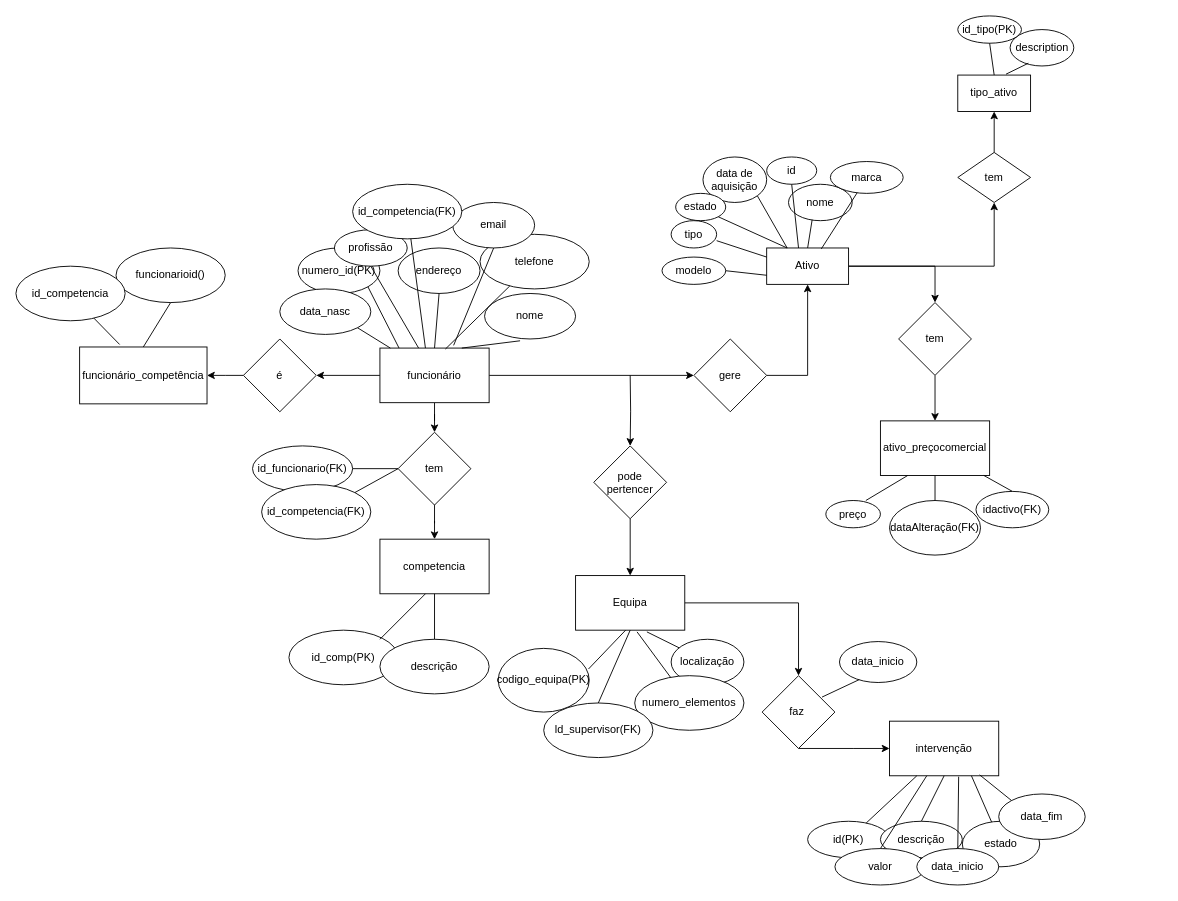
Earlier version of the draw.io diagram docs/ERmodel.drawio (InesFranco/SI2). Source tidied: cells renumbered, new cells numbered last; positions are measured from the earlier drawing's top-left corner, leaving out a move shared by most shapes. Both pictures are drawn from the tidied source at 91%, with x=0, y=0 at pixel (15, 15).
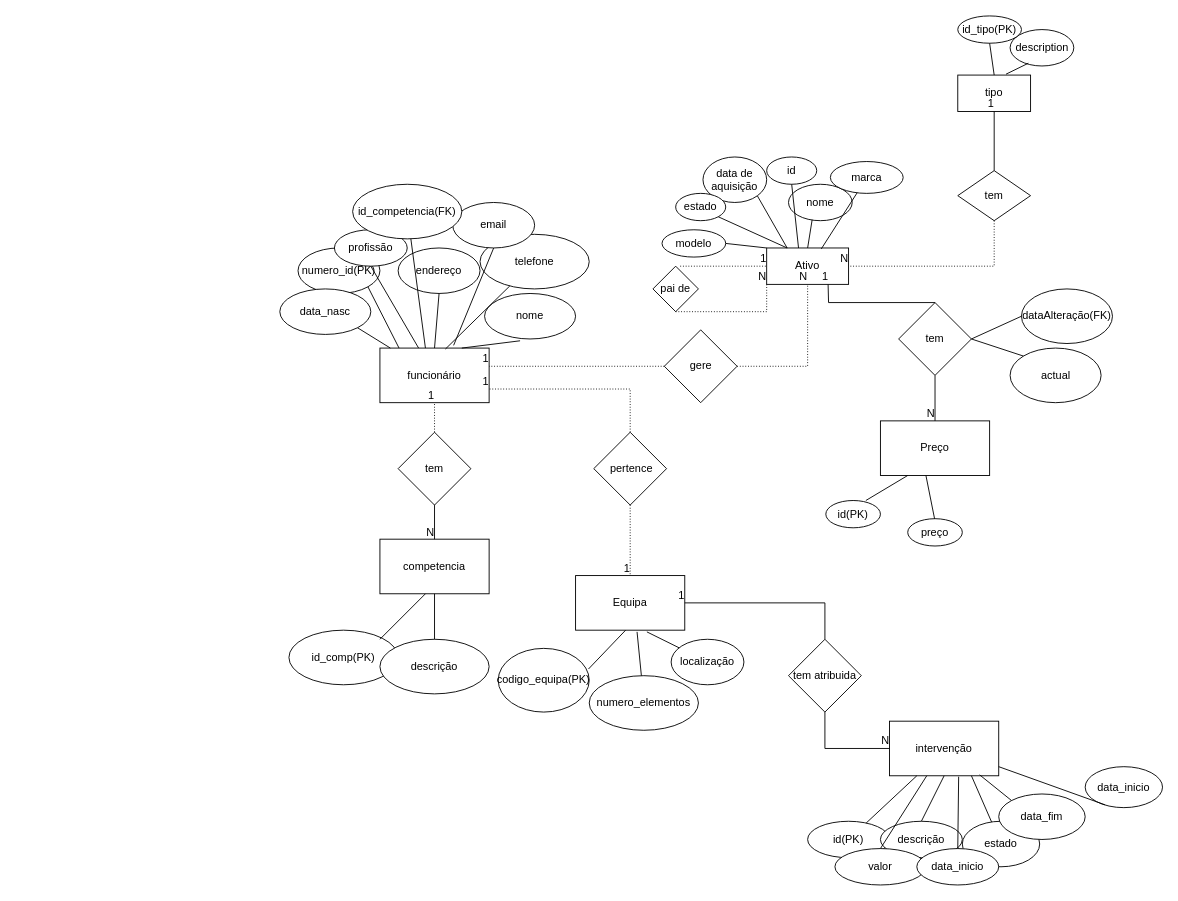
The same diagram, later.

Commit message (it also covers changes not shown here):
fixed ermodel issues and did the test database entries

The change refers to these unchanged cells:
```xml
<mxCell id="4" value="Ativo" style="rounded=0;whiteSpace=wrap;html=1;" parent="1" vertex="1">
  <mxGeometry x="825" y="255" width="90" height="40" as="geometry" />
</mxCell>
<mxCell id="19" value="funcionário" style="rounded=0;whiteSpace=wrap;html=1;" parent="1" vertex="1">
  <mxGeometry x="400" y="365" width="120" height="60" as="geometry" />
</mxCell>
<mxCell id="29" value="tem" style="rhombus;whiteSpace=wrap;html=1;rounded=0;" parent="1" vertex="1">
  <mxGeometry x="420" y="457.5" width="80" height="80" as="geometry" />
</mxCell>
<mxCell id="30" value="competencia" style="whiteSpace=wrap;html=1;rounded=0;" parent="1" vertex="1">
  <mxGeometry x="400" y="575" width="120" height="60" as="geometry" />
</mxCell>
<mxCell id="33" value="intervenção" style="rounded=0;whiteSpace=wrap;html=1;" parent="1" vertex="1">
  <mxGeometry x="960" y="775" width="120" height="60" as="geometry" />
</mxCell>
<mxCell id="46" value="Equipa" style="rounded=0;whiteSpace=wrap;html=1;" parent="1" vertex="1">
  <mxGeometry x="615" y="615" width="120" height="60" as="geometry" />
</mxCell>
<mxCell id="65" value="tem" style="rhombus;whiteSpace=wrap;html=1;" parent="1" vertex="1">
  <mxGeometry x="970" y="315" width="80" height="80" as="geometry" />
</mxCell>
```

The edit, as a diff of the source:
```diff
@@
-    <mxCell id="2" style="edgeStyle=orthogonalEdgeStyle;rounded=0;jettySize=auto;html=1;entryX=0.5;entryY=1;entryDx=0;entryDy=0;" parent="1" edge="1" source="4" target="63">
-      <mxGeometry relative="1" as="geometry">
-        <Array as="points">
-          <mxPoint x="1075" y="275" />
-        </Array>
-      </mxGeometry>
-    </mxCell>
-    <mxCell id="3" style="edgeStyle=orthogonalEdgeStyle;rounded=0;jettySize=auto;html=1;" parent="1" edge="1" source="4" target="65">
-      <mxGeometry relative="1" as="geometry" />
-    </mxCell>
@@
     <mxCell id="10" value="modelo" style="ellipse;whiteSpace=wrap;html=1;rounded=0;" parent="1" vertex="1">
-      <mxGeometry x="710" y="265" width="70" height="30" as="geometry" />
+      <mxGeometry x="710" y="235" width="70" height="30" as="geometry" />
     </mxCell>
-    <mxCell id="11" value="tipo" style="ellipse;whiteSpace=wrap;html=1;rounded=0;" parent="1" vertex="1">
-      <mxGeometry x="720" y="225" width="50" height="30" as="geometry" />
-    </mxCell>
-    <mxCell id="12" value="ativo_preçocomercial" style="rounded=0;whiteSpace=wrap;html=1;" parent="1" vertex="1">
+    <mxCell id="12" value="Preço" style="rounded=0;whiteSpace=wrap;html=1;" parent="1" vertex="1">
       <mxGeometry x="950" y="445" width="120" height="60" as="geometry" />
     </mxCell>
-    <mxCell id="13" value="idactivo(FK)" style="ellipse;whiteSpace=wrap;html=1;rounded=0;" parent="1" vertex="1">
-      <mxGeometry x="1055" y="522.5" width="80" height="40" as="geometry" />
-    </mxCell>
-    <mxCell id="14" value="preço" style="ellipse;whiteSpace=wrap;html=1;rounded=0;" parent="1" vertex="1">
+    <mxCell id="14" value="id(PK)" style="ellipse;whiteSpace=wrap;html=1;rounded=0;" parent="1" vertex="1">
       <mxGeometry x="890" y="532.5" width="60" height="30" as="geometry" />
     </mxCell>
     <mxCell id="15" value="dataAlteração(FK)" style="ellipse;whiteSpace=wrap;html=1;rounded=0;" parent="1" vertex="1">
-      <mxGeometry x="960" y="532.5" width="100" height="60" as="geometry" />
+      <mxGeometry x="1105" y="300" width="100" height="60" as="geometry" />
     </mxCell>
-    <mxCell id="16" style="edgeStyle=orthogonalEdgeStyle;rounded=0;jettySize=auto;html=1;" parent="1" edge="1" source="19" target="29">
-      <mxGeometry relative="1" as="geometry" />
-    </mxCell>
-    <mxCell id="17" style="edgeStyle=orthogonalEdgeStyle;rounded=0;jettySize=auto;html=1;entryX=0;entryY=0.5;entryDx=0;entryDy=0;" parent="1" edge="1" source="19" target="58">
-      <mxGeometry relative="1" as="geometry" />
-    </mxCell>
-    <mxCell id="18" style="edgeStyle=orthogonalEdgeStyle;rounded=0;jettySize=auto;html=1;entryX=1;entryY=0.5;entryDx=0;entryDy=0;" parent="1" edge="1" source="19" target="41">
-      <mxGeometry relative="1" as="geometry" />
-    </mxCell>
@@
-    <mxCell id="28" style="edgeStyle=orthogonalEdgeStyle;rounded=0;jettySize=auto;html=1;" parent="1" edge="1" source="29" target="30">
-      <mxGeometry relative="1" as="geometry" />
-    </mxCell>
@@
-    <mxCell id="40" style="edgeStyle=orthogonalEdgeStyle;rounded=0;jettySize=auto;html=1;entryX=1;entryY=0.5;entryDx=0;entryDy=0;" parent="1" edge="1" source="41" target="42">
-      <mxGeometry relative="1" as="geometry" />
-    </mxCell>
-    <mxCell id="41" value="é" style="rhombus;whiteSpace=wrap;html=1;" parent="1" vertex="1">
-      <mxGeometry x="250" y="355" width="80" height="80" as="geometry" />
-    </mxCell>
-    <mxCell id="42" value="funcionário_competência" style="whiteSpace=wrap;html=1;" parent="1" vertex="1">
-      <mxGeometry x="70" y="363.8" width="140" height="62.5" as="geometry" />
-    </mxCell>
-    <mxCell id="43" value="funcionarioid()" style="ellipse;whiteSpace=wrap;html=1;" parent="1" vertex="1">
-      <mxGeometry x="110" y="255" width="120" height="60" as="geometry" />
-    </mxCell>
-    <mxCell id="44" value="id_competencia" style="ellipse;whiteSpace=wrap;html=1;" parent="1" vertex="1">
-      <mxGeometry y="275" width="120" height="60" as="geometry" />
-    </mxCell>
-    <mxCell id="45" style="edgeStyle=orthogonalEdgeStyle;rounded=0;jettySize=auto;html=1;entryX=0.5;entryY=0;entryDx=0;entryDy=0;" parent="1" edge="1" source="46" target="55">
-      <mxGeometry relative="1" as="geometry" />
-    </mxCell>
@@
     <mxCell id="49" value="numero_elementos" style="ellipse;whiteSpace=wrap;html=1;rounded=0;" parent="1" vertex="1">
-      <mxGeometry x="680" y="725" width="120" height="60" as="geometry" />
+      <mxGeometry x="630" y="725" width="120" height="60" as="geometry" />
     </mxCell>
-    <mxCell id="50" value="ld_supervisor(FK)" style="ellipse;whiteSpace=wrap;html=1;rounded=0;" parent="1" vertex="1">
-      <mxGeometry x="580" y="755" width="120" height="60" as="geometry" />
-    </mxCell>
-    <mxCell id="51" style="edgeStyle=orthogonalEdgeStyle;rounded=0;jettySize=auto;html=1;entryX=0.5;entryY=0;entryDx=0;entryDy=0;" parent="1" edge="1" source="53" target="46">
-      <mxGeometry relative="1" as="geometry" />
-    </mxCell>
-    <mxCell id="52" style="edgeStyle=orthogonalEdgeStyle;rounded=0;jettySize=auto;html=1;" parent="1" edge="1" target="53">
-      <mxGeometry relative="1" as="geometry">
-        <mxPoint x="675" y="395" as="sourcePoint" />
-      </mxGeometry>
-    </mxCell>
-    <mxCell id="53" value="pode pertencer" style="rhombus;whiteSpace=wrap;html=1;" parent="1" vertex="1">
-      <mxGeometry x="635" y="472.5" width="80" height="80" as="geometry" />
+    <mxCell id="53" value="&amp;nbsp;pertence" style="rhombus;whiteSpace=wrap;html=1;" parent="1" vertex="1">
+      <mxGeometry x="635" y="457.5" width="80" height="80" as="geometry" />
     </mxCell>
-    <mxCell id="54" style="edgeStyle=orthogonalEdgeStyle;rounded=0;jettySize=auto;html=1;entryX=0;entryY=0.5;entryDx=0;entryDy=0;" parent="1" edge="1" source="55" target="33">
-      <mxGeometry relative="1" as="geometry">
-        <Array as="points">
-          <mxPoint x="920" y="805" />
-        </Array>
-      </mxGeometry>
-    </mxCell>
-    <mxCell id="55" value="faz&amp;nbsp;" style="rhombus;whiteSpace=wrap;html=1;" parent="1" vertex="1">
-      <mxGeometry x="820" y="725" width="80" height="80" as="geometry" />
+    <mxCell id="55" value="tem atribuida" style="rhombus;whiteSpace=wrap;html=1;" parent="1" vertex="1">
+      <mxGeometry x="849" y="685" width="80" height="80" as="geometry" />
     </mxCell>
     <mxCell id="56" value="data_inicio" style="ellipse;whiteSpace=wrap;html=1;" parent="1" vertex="1">
-      <mxGeometry x="905" y="687.5" width="85" height="45" as="geometry" />
+      <mxGeometry x="1175" y="825" width="85" height="45" as="geometry" />
     </mxCell>
-    <mxCell id="57" style="edgeStyle=orthogonalEdgeStyle;rounded=0;jettySize=auto;html=1;entryX=0.5;entryY=1;entryDx=0;entryDy=0;exitX=1;exitY=0.5;exitDx=0;exitDy=0;" parent="1" edge="1" source="58" target="4">
-      <mxGeometry relative="1" as="geometry" />
-    </mxCell>
     <mxCell id="58" value="gere" style="rhombus;whiteSpace=wrap;html=1;" parent="1" vertex="1">
-      <mxGeometry x="745" y="355" width="80" height="80" as="geometry" />
+      <mxGeometry x="712.5" y="345" width="80" height="80" as="geometry" />
     </mxCell>
-    <mxCell id="59" value="tipo_ativo" style="rounded=0;whiteSpace=wrap;html=1;" parent="1" vertex="1">
+    <mxCell id="59" value="tipo" style="rounded=0;whiteSpace=wrap;html=1;" parent="1" vertex="1">
       <mxGeometry x="1035" y="65" width="80" height="40" as="geometry" />
     </mxCell>
@@
-    <mxCell id="62" style="edgeStyle=orthogonalEdgeStyle;rounded=0;jettySize=auto;html=1;entryX=0.5;entryY=1;entryDx=0;entryDy=0;" parent="1" edge="1" source="63" target="59">
-      <mxGeometry relative="1" as="geometry" />
-    </mxCell>
     <mxCell id="63" value="tem" style="rhombus;whiteSpace=wrap;html=1;" parent="1" vertex="1">
-      <mxGeometry x="1035" y="150" width="80" height="55" as="geometry" />
+      <mxGeometry x="1035" y="170" width="80" height="55" as="geometry" />
     </mxCell>
-    <mxCell id="64" style="edgeStyle=orthogonalEdgeStyle;rounded=0;jettySize=auto;html=1;entryX=0.5;entryY=0;entryDx=0;entryDy=0;" parent="1" edge="1" source="65" target="12">
-      <mxGeometry relative="1" as="geometry" />
-    </mxCell>
@@
-    <mxCell id="66" value="id_funcionario(FK)" style="ellipse;whiteSpace=wrap;html=1;rounded=0;" parent="1" vertex="1">
-      <mxGeometry x="260" y="472.5" width="110" height="50" as="geometry" />
-    </mxCell>
-    <mxCell id="67" value="id_competencia(FK)" style="ellipse;whiteSpace=wrap;html=1;" parent="1" vertex="1">
-      <mxGeometry x="270" y="515" width="120" height="60" as="geometry" />
-    </mxCell>
-    <mxCell id="68" style="edgeStyle=orthogonalEdgeStyle;rounded=0;orthogonalLoop=1;jettySize=auto;html=1;exitX=0.5;exitY=1;exitDx=0;exitDy=0;" parent="1" edge="1" source="67" target="67">
-      <mxGeometry relative="1" as="geometry" />
-    </mxCell>
@@
-    <mxCell id="75" style="endArrow=none;html=1;rounded=0;entryX=0;entryY=0.5;entryDx=0;entryDy=0;exitX=1;exitY=0.5;exitDx=0;exitDy=0;" parent="1" edge="1" source="66" target="29">
-      <mxGeometry relative="1" as="geometry" />
-    </mxCell>
-    <mxCell id="76" style="endArrow=none;html=1;rounded=0;entryX=0;entryY=0.5;entryDx=0;entryDy=0;exitX=1;exitY=0;exitDx=0;exitDy=0;" parent="1" edge="1" source="67" target="29">
-      <mxGeometry relative="1" as="geometry" />
-    </mxCell>
@@
-    <mxCell id="80" style="endArrow=none;html=1;rounded=0;entryX=0.5;entryY=1;entryDx=0;entryDy=0;exitX=0.5;exitY=0;exitDx=0;exitDy=0;" parent="1" edge="1" source="50" target="46">
-      <mxGeometry relative="1" as="geometry" />
-    </mxCell>
@@
-    <mxCell id="83" style="endArrow=none;html=1;rounded=0;exitX=0.823;exitY=0.294;exitDx=0;exitDy=0;exitPerimeter=0;entryX=0.255;entryY=0.93;entryDx=0;entryDy=0;entryPerimeter=0;" parent="1" edge="1" source="55" target="56">
-      <mxGeometry relative="1" as="geometry" />
+    <mxCell id="83" style="endArrow=none;html=1;rounded=0;entryX=0.255;entryY=0.93;entryDx=0;entryDy=0;entryPerimeter=0;" parent="1" edge="1" target="56">
+      <mxGeometry relative="1" as="geometry">
+        <mxPoint x="1080" y="825" as="sourcePoint" />
+      </mxGeometry>
     </mxCell>
-    <mxCell id="84" style="endArrow=none;html=1;rounded=0;exitX=0.5;exitY=0;exitDx=0;exitDy=0;entryX=0.5;entryY=1;entryDx=0;entryDy=0;" parent="1" edge="1" source="42" target="43">
-      <mxGeometry relative="1" as="geometry" />
-    </mxCell>
-    <mxCell id="85" style="endArrow=none;html=1;rounded=0;exitX=0.314;exitY=-0.044;exitDx=0;exitDy=0;exitPerimeter=0;" parent="1" edge="1" source="42" target="44">
-      <mxGeometry relative="1" as="geometry" />
-    </mxCell>
@@
-    <mxCell id="96" style="endArrow=none;html=1;rounded=0;entryX=1;entryY=0.733;entryDx=0;entryDy=0;exitX=0;exitY=0.25;exitDx=0;exitDy=0;entryPerimeter=0;" parent="1" edge="1" source="4" target="11">
-      <mxGeometry relative="1" as="geometry" />
-    </mxCell>
-    <mxCell id="97" style="endArrow=none;html=1;rounded=0;entryX=1;entryY=0.5;entryDx=0;entryDy=0;exitX=0;exitY=0.75;exitDx=0;exitDy=0;" parent="1" edge="1" source="4" target="10">
+    <mxCell id="97" style="endArrow=none;html=1;rounded=0;entryX=1;entryY=0.5;entryDx=0;entryDy=0;exitX=0;exitY=0;exitDx=0;exitDy=0;" parent="1" edge="1" source="4" target="10">
       <mxGeometry relative="1" as="geometry" />
     </mxCell>
@@
-    <mxCell id="101" style="endArrow=none;html=1;rounded=0;exitX=0.5;exitY=0;exitDx=0;exitDy=0;" parent="1" edge="1" source="13" target="12">
-      <mxGeometry relative="1" as="geometry" />
-    </mxCell>
-    <mxCell id="102" style="endArrow=none;html=1;rounded=0;entryX=0.5;entryY=1;entryDx=0;entryDy=0;exitX=0.5;exitY=0;exitDx=0;exitDy=0;" parent="1" edge="1" source="15" target="12">
+    <mxCell id="102" style="endArrow=none;html=1;rounded=0;entryX=1;entryY=0.5;entryDx=0;entryDy=0;exitX=0;exitY=0.5;exitDx=0;exitDy=0;" parent="1" edge="1" source="15" target="65">
       <mxGeometry relative="1" as="geometry" />
     </mxCell>
@@
+    <mxCell id="64" style="endArrow=none;html=1;rounded=0;entryX=0.5;entryY=0;entryDx=0;entryDy=0;exitX=0.5;exitY=1;exitDx=0;exitDy=0;" parent="1" edge="1" source="65" target="12">
+      <mxGeometry relative="1" as="geometry" />
+    </mxCell>
+    <mxCell id="106" value="N" style="html=1;align=right;verticalAlign=bottom;" parent="64" vertex="1">
+      <mxGeometry x="1" relative="1" as="geometry" />
+    </mxCell>
+    <mxCell id="107" style="endArrow=none;html=1;rounded=0;exitX=0.5;exitY=0;exitDx=0;exitDy=0;entryX=0.75;entryY=1;entryDx=0;entryDy=0;" parent="1" edge="1" source="65" target="4">
+      <mxGeometry relative="1" as="geometry">
+        <Array as="points">
+          <mxPoint x="893" y="315" />
+        </Array>
+      </mxGeometry>
+    </mxCell>
+    <mxCell id="108" value="1" style="html=1;align=right;verticalAlign=bottom;" parent="107" vertex="1">
+      <mxGeometry x="1" relative="1" as="geometry" />
+    </mxCell>
+    <mxCell id="109" value="actual" style="ellipse;whiteSpace=wrap;html=1;rounded=0;" parent="1" vertex="1">
+      <mxGeometry x="1092.5" y="365" width="100" height="60" as="geometry" />
+    </mxCell>
+    <mxCell id="110" style="endArrow=none;html=1;rounded=0;entryX=1;entryY=0.5;entryDx=0;entryDy=0;exitX=0;exitY=0;exitDx=0;exitDy=0;" parent="1" edge="1" source="109" target="65">
+      <mxGeometry relative="1" as="geometry" />
+    </mxCell>
+    <mxCell id="111" style="endArrow=none;html=1;rounded=0;" parent="1" edge="1">
+      <mxGeometry relative="1" as="geometry">
+        <mxPoint x="1010" y="555" as="sourcePoint" />
+        <mxPoint x="1000" y="505" as="targetPoint" />
+      </mxGeometry>
+    </mxCell>
+    <mxCell id="112" value="preço" style="ellipse;whiteSpace=wrap;html=1;rounded=0;" parent="1" vertex="1">
+      <mxGeometry x="980" y="552.5" width="60" height="30" as="geometry" />
+    </mxCell>
+    <mxCell id="62" style="endArrow=none;html=1;rounded=0;entryX=0.5;entryY=1;entryDx=0;entryDy=0;exitX=0.5;exitY=0;exitDx=0;exitDy=0;" parent="1" edge="1" source="63" target="59">
+      <mxGeometry relative="1" as="geometry" />
+    </mxCell>
+    <mxCell id="113" value="1" style="html=1;align=right;verticalAlign=bottom;" parent="62" vertex="1">
+      <mxGeometry x="1" relative="1" as="geometry" />
+    </mxCell>
+    <mxCell id="114" style="endArrow=none;html=1;rounded=0;dashed=1;dashPattern=1 2;entryX=1;entryY=0.5;entryDx=0;entryDy=0;exitX=0.5;exitY=1;exitDx=0;exitDy=0;" parent="1" edge="1" source="63" target="4">
+      <mxGeometry relative="1" as="geometry">
+        <Array as="points">
+          <mxPoint x="1075" y="275" />
+        </Array>
+      </mxGeometry>
+    </mxCell>
+    <mxCell id="115" value="N" style="html=1;align=right;verticalAlign=bottom;" parent="114" vertex="1">
+      <mxGeometry x="1" relative="1" as="geometry" />
+    </mxCell>
+    <mxCell id="116" style="endArrow=none;html=1;rounded=0;dashed=1;dashPattern=1 2;entryX=0;entryY=0.5;entryDx=0;entryDy=0;" parent="1" edge="1" target="4">
+      <mxGeometry relative="1" as="geometry">
+        <mxPoint x="730" y="275" as="sourcePoint" />
+      </mxGeometry>
+    </mxCell>
+    <mxCell id="117" value="1" style="html=1;align=right;verticalAlign=bottom;" parent="116" vertex="1">
+      <mxGeometry x="1" relative="1" as="geometry" />
+    </mxCell>
+    <mxCell id="118" value="pai de" style="rhombus;whiteSpace=wrap;html=1;" parent="1" vertex="1">
+      <mxGeometry x="700" y="275" width="50" height="50" as="geometry" />
+    </mxCell>
+    <mxCell id="119" style="endArrow=none;html=1;rounded=0;dashed=1;dashPattern=1 2;exitX=0.5;exitY=1;exitDx=0;exitDy=0;entryX=0;entryY=1;entryDx=0;entryDy=0;" parent="1" edge="1" source="118" target="4">
+      <mxGeometry relative="1" as="geometry">
+        <Array as="points">
+          <mxPoint x="825" y="325" />
+        </Array>
+      </mxGeometry>
+    </mxCell>
+    <mxCell id="120" value="N" style="html=1;align=right;verticalAlign=bottom;" parent="119" vertex="1">
+      <mxGeometry x="1" relative="1" as="geometry" />
+    </mxCell>
+    <mxCell id="28" style="endArrow=none;html=1;rounded=0;exitX=0.5;exitY=1;exitDx=0;exitDy=0;entryX=0.5;entryY=0;entryDx=0;entryDy=0;" parent="1" edge="1" source="29" target="30">
+      <mxGeometry relative="1" as="geometry" />
+    </mxCell>
+    <mxCell id="121" value="N" style="html=1;align=right;verticalAlign=bottom;" parent="28" vertex="1">
+      <mxGeometry x="1" relative="1" as="geometry" />
+    </mxCell>
+    <mxCell id="122" style="endArrow=none;html=1;rounded=0;dashed=1;dashPattern=1 2;entryX=1;entryY=0.75;entryDx=0;entryDy=0;exitX=0.5;exitY=0;exitDx=0;exitDy=0;" parent="1" edge="1" source="53" target="19">
+      <mxGeometry relative="1" as="geometry">
+        <Array as="points">
+          <mxPoint x="675" y="410" />
+        </Array>
+      </mxGeometry>
+    </mxCell>
+    <mxCell id="123" value="1" style="html=1;align=right;verticalAlign=bottom;" parent="122" vertex="1">
+      <mxGeometry x="1" relative="1" as="geometry" />
+    </mxCell>
+    <mxCell id="51" style="endArrow=none;html=1;rounded=0;dashed=1;dashPattern=1 2;exitX=0.5;exitY=1;exitDx=0;exitDy=0;entryX=0.5;entryY=0;entryDx=0;entryDy=0;" parent="1" edge="1" source="53" target="46">
+      <mxGeometry relative="1" as="geometry" />
+    </mxCell>
+    <mxCell id="124" value="1" style="html=1;align=right;verticalAlign=bottom;" parent="51" vertex="1">
+      <mxGeometry x="1" relative="1" as="geometry" />
+    </mxCell>
+    <mxCell id="125" style="endArrow=none;html=1;rounded=0;dashed=1;dashPattern=1 2;exitX=0;exitY=0.5;exitDx=0;exitDy=0;" parent="1" edge="1" source="58">
+      <mxGeometry relative="1" as="geometry">
+        <mxPoint x="520" y="385" as="targetPoint" />
+      </mxGeometry>
+    </mxCell>
+    <mxCell id="126" value="1" style="html=1;align=right;verticalAlign=bottom;" parent="125" vertex="1">
+      <mxGeometry x="1" relative="1" as="geometry" />
+    </mxCell>
+    <mxCell id="57" style="endArrow=none;html=1;rounded=0;dashed=1;dashPattern=1 2;exitX=1;exitY=0.5;exitDx=0;exitDy=0;entryX=0.5;entryY=1;entryDx=0;entryDy=0;" parent="1" edge="1" source="58" target="4">
+      <mxGeometry relative="1" as="geometry">
+        <Array as="points">
+          <mxPoint x="870" y="385" />
+        </Array>
+      </mxGeometry>
+    </mxCell>
+    <mxCell id="127" value="N" style="html=1;align=right;verticalAlign=bottom;" parent="57" vertex="1">
+      <mxGeometry x="1" relative="1" as="geometry" />
+    </mxCell>
+    <mxCell id="128" style="endArrow=none;html=1;rounded=0;dashed=1;dashPattern=1 2;entryX=0.5;entryY=1;entryDx=0;entryDy=0;exitX=0.5;exitY=0;exitDx=0;exitDy=0;" parent="1" edge="1" source="29" target="19">
+      <mxGeometry relative="1" as="geometry" />
+    </mxCell>
+    <mxCell id="129" value="1" style="html=1;align=right;verticalAlign=bottom;" parent="128" vertex="1">
+      <mxGeometry x="1" relative="1" as="geometry" />
+    </mxCell>
+    <mxCell id="130" style="endArrow=none;html=1;rounded=0;entryX=1;entryY=0.5;entryDx=0;entryDy=0;exitX=0.5;exitY=0;exitDx=0;exitDy=0;" parent="1" edge="1" source="55" target="46">
+      <mxGeometry relative="1" as="geometry">
+        <Array as="points">
+          <mxPoint x="889" y="645" />
+        </Array>
+      </mxGeometry>
+    </mxCell>
+    <mxCell id="131" value="1" style="html=1;align=right;verticalAlign=bottom;" parent="130" vertex="1">
+      <mxGeometry x="1" relative="1" as="geometry" />
+    </mxCell>
+    <mxCell id="54" style="endArrow=none;html=1;rounded=0;exitX=0.5;exitY=1;exitDx=0;exitDy=0;entryX=0;entryY=0.5;entryDx=0;entryDy=0;" parent="1" edge="1" source="55" target="33">
+      <mxGeometry relative="1" as="geometry">
+        <Array as="points">
+          <mxPoint x="889" y="805" />
+        </Array>
+      </mxGeometry>
+    </mxCell>
+    <mxCell id="132" value="N" style="html=1;align=right;verticalAlign=bottom;" parent="54" vertex="1">
+      <mxGeometry x="1" relative="1" as="geometry" />
+    </mxCell>
```
